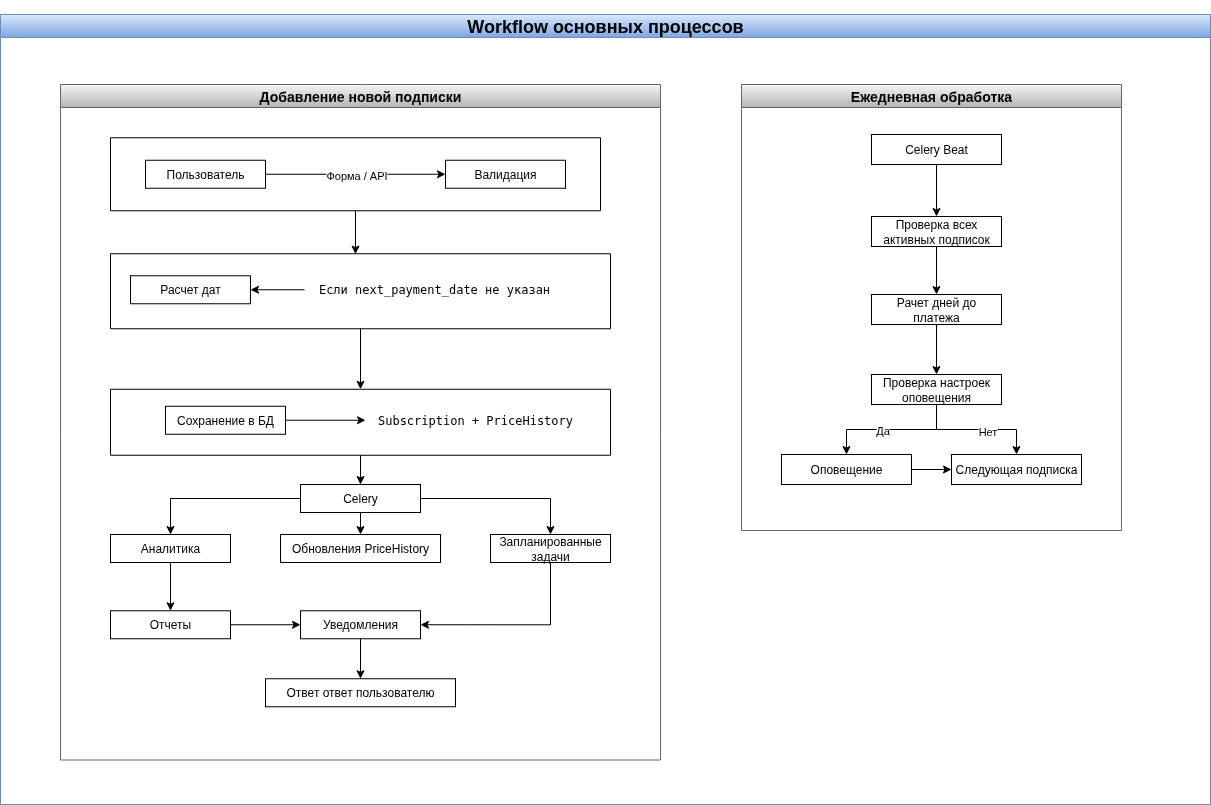
Earlier version of the draw.io export docs/diagrams/workflow.png (NikPACodes/SubFlux). Source tidied: cells renumbered, new cells last; positions are measured from the earlier drawing's top-left corner, leaving out a move shared by most shapes.
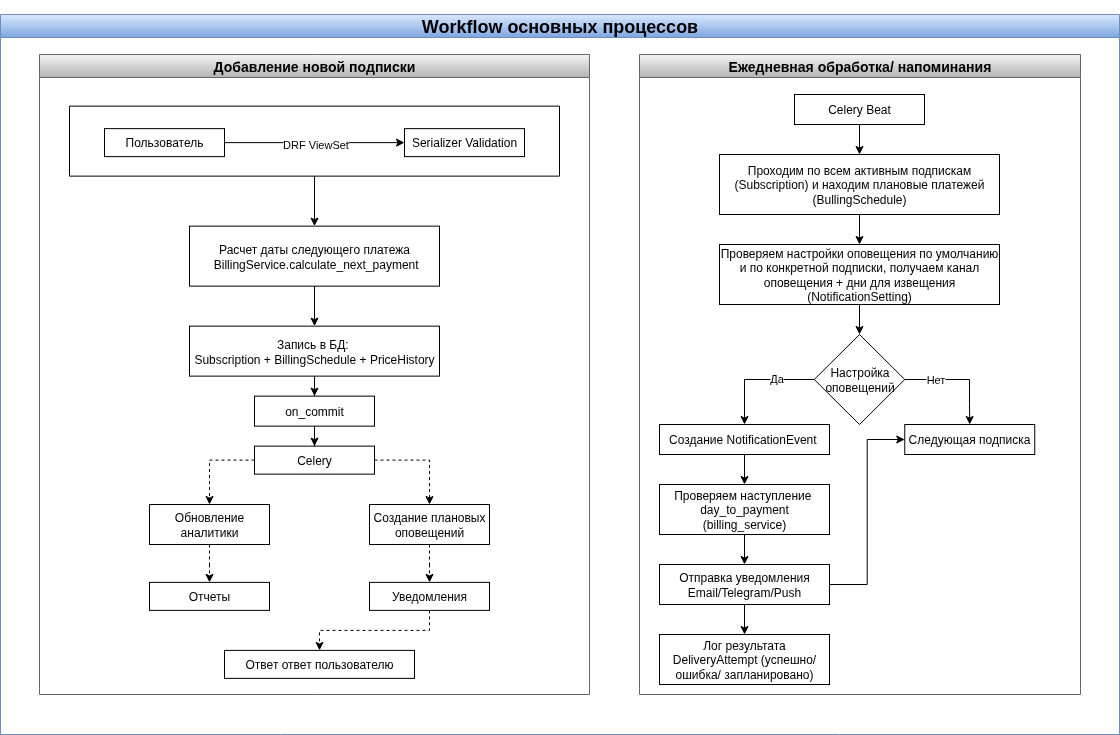
After the commit.

What changed in the source:
```diff
@@ -2,150 +2,160 @@
   <root>
     <mxCell id="0" />
     <mxCell id="1" parent="0" />
-    <mxCell id="2" value="&lt;h2&gt;Workflow основных процессов&lt;/h2&gt;" style="swimlane;whiteSpace=wrap;html=1;fillColor=#dae8fc;gradientColor=#7ea6e0;strokeColor=#6c8ebf;" parent="1" vertex="1">
-      <mxGeometry width="1210" height="790" as="geometry" />
+    <mxCell id="2" value="&lt;h2&gt;Workflow основных процессов&lt;/h2&gt;" style="swimlane;whiteSpace=wrap;html=1;fillColor=#dae8fc;gradientColor=#7ea6e0;strokeColor=#6c8ebf;align=center;verticalAlign=middle;" parent="1" vertex="1">
+      <mxGeometry width="1119" height="720" as="geometry" />
     </mxCell>
     <mxCell id="3" value="&lt;h3&gt;&lt;strong&gt;Добавление новой подписки&lt;/strong&gt;&lt;/h3&gt;" style="swimlane;whiteSpace=wrap;html=1;fillColor=#f5f5f5;gradientColor=#b3b3b3;strokeColor=#666666;" parent="2" vertex="1">
-      <mxGeometry x="60" y="70" width="600" height="675.5" as="geometry" />
+      <mxGeometry x="39" y="40" width="550" height="640" as="geometry" />
     </mxCell>
+    <mxCell id="49" style="edgeStyle=orthogonalEdgeStyle;rounded=0;jettySize=auto;html=1;entryX=0.5;entryY=0;entryDx=0;entryDy=0;" parent="3" edge="1" source="4" target="51">
+      <mxGeometry relative="1" as="geometry" />
+    </mxCell>
     <mxCell id="4" style="swimlane;startSize=0;" parent="3" vertex="1">
-      <mxGeometry x="50" y="53.2" width="490" height="73" as="geometry" />
+      <mxGeometry x="30" y="51.6" width="490" height="70" as="geometry" />
     </mxCell>
     <mxCell id="5" style="edgeStyle=orthogonalEdgeStyle;rounded=0;jettySize=auto;html=1;entryX=0;entryY=0.5;entryDx=0;entryDy=0;" parent="4" edge="1" source="7" target="8">
       <mxGeometry relative="1" as="geometry" />
     </mxCell>
-    <mxCell id="6" value="Форма / API" style="edgeLabel;html=1;align=center;verticalAlign=middle;" parent="5" vertex="1">
+    <mxCell id="6" value="DRF ViewSet" style="edgeLabel;html=1;align=center;verticalAlign=middle;" parent="5" vertex="1">
       <mxGeometry x="0.01" y="-1" relative="1" as="geometry" />
     </mxCell>
     <mxCell id="7" value="Пользователь" style="rounded=0;whiteSpace=wrap;html=1;" parent="4" vertex="1">
       <mxGeometry x="35" y="22.5" width="120" height="28" as="geometry" />
     </mxCell>
-    <mxCell id="8" value="Валидация" style="rounded=0;whiteSpace=wrap;html=1;" parent="4" vertex="1">
+    <mxCell id="8" value="Serializer Validation" style="rounded=0;whiteSpace=wrap;html=1;" parent="4" vertex="1">
       <mxGeometry x="335" y="22.5" width="120" height="28" as="geometry" />
     </mxCell>
-    <mxCell id="9" style="edgeStyle=orthogonalEdgeStyle;rounded=0;jettySize=auto;html=1;entryX=0.5;entryY=0;entryDx=0;entryDy=0;" parent="3" edge="1" source="10" target="15">
-      <mxGeometry relative="1" as="geometry" />
-    </mxCell>
-    <mxCell id="10" style="swimlane;startSize=0;" parent="3" vertex="1">
-      <mxGeometry x="50" y="169.2" width="500" height="75" as="geometry" />
-    </mxCell>
-    <mxCell id="11" value="Расчет дат" style="rounded=0;whiteSpace=wrap;html=1;" parent="10" vertex="1">
-      <mxGeometry x="20" y="22" width="120" height="28" as="geometry" />
-    </mxCell>
-    <mxCell id="12" style="edgeStyle=orthogonalEdgeStyle;rounded=0;jettySize=auto;html=1;entryX=1;entryY=0.5;entryDx=0;entryDy=0;" parent="10" edge="1" source="13" target="11">
-      <mxGeometry relative="1" as="geometry" />
-    </mxCell>
-    <mxCell id="13" value="&lt;pre&gt;Если next_payment_date не указан&lt;/pre&gt;" style="text;html=1;align=center;verticalAlign=middle;whiteSpace=wrap;rounded=0;" parent="10" vertex="1">
-      <mxGeometry x="194" y="21" width="260" height="30" as="geometry" />
-    </mxCell>
-    <mxCell id="14" style="edgeStyle=orthogonalEdgeStyle;rounded=0;jettySize=auto;html=1;" parent="3" edge="1" source="15" target="21">
-      <mxGeometry relative="1" as="geometry" />
-    </mxCell>
-    <mxCell id="15" style="swimlane;startSize=0;align=center;" parent="3" vertex="1">
-      <mxGeometry x="50" y="304.8" width="500" height="66" as="geometry" />
-    </mxCell>
-    <mxCell id="16" value="Сохранение в БД" style="rounded=0;whiteSpace=wrap;html=1;" parent="15" vertex="1">
-      <mxGeometry x="55" y="17" width="120" height="28" as="geometry" />
-    </mxCell>
-    <mxCell id="17" style="edgeStyle=orthogonalEdgeStyle;rounded=0;jettySize=auto;html=1;" parent="15" edge="1" source="16" target="18">
-      <mxGeometry relative="1" as="geometry" />
-    </mxCell>
-    <mxCell id="18" value="&lt;pre&gt;Subscription + PriceHistory&lt;/pre&gt;" style="text;html=1;align=center;verticalAlign=middle;whiteSpace=wrap;rounded=0;" parent="15" vertex="1">
-      <mxGeometry x="255" y="16" width="220" height="30" as="geometry" />
-    </mxCell>
-    <mxCell id="19" style="edgeStyle=orthogonalEdgeStyle;rounded=0;jettySize=auto;html=1;entryX=0.5;entryY=0;entryDx=0;entryDy=0;" parent="3" edge="1" source="21" target="24">
-      <mxGeometry relative="1" as="geometry" />
-    </mxCell>
-    <mxCell id="20" style="edgeStyle=orthogonalEdgeStyle;rounded=0;jettySize=auto;html=1;" parent="3" edge="1" source="21" target="25">
-      <mxGeometry relative="1" as="geometry" />
+    <mxCell id="20" style="edgeStyle=orthogonalEdgeStyle;rounded=0;jettySize=auto;html=1;entryX=0.5;entryY=0;entryDx=0;entryDy=0;dashed=1;" parent="3" edge="1" source="21" target="25">
+      <mxGeometry relative="1" as="geometry">
+        <Array as="points">
+          <mxPoint x="170" y="406" />
+        </Array>
+      </mxGeometry>
     </mxCell>
     <mxCell id="21" value="Celery" style="rounded=0;whiteSpace=wrap;html=1;" parent="3" vertex="1">
-      <mxGeometry x="240" y="400" width="120" height="28" as="geometry" />
+      <mxGeometry x="215" y="391.6" width="120" height="28" as="geometry" />
     </mxCell>
-    <mxCell id="22" style="edgeStyle=orthogonalEdgeStyle;rounded=0;jettySize=auto;html=1;entryX=1;entryY=0.5;entryDx=0;entryDy=0;" parent="3" edge="1" source="23" target="27">
-      <mxGeometry relative="1" as="geometry">
-        <Array as="points">
-          <mxPoint x="490" y="540" />
-        </Array>
-      </mxGeometry>
+    <mxCell id="22" style="edgeStyle=orthogonalEdgeStyle;rounded=0;jettySize=auto;html=1;entryX=0.5;entryY=0;entryDx=0;entryDy=0;dashed=1;" parent="3" edge="1" source="23" target="27">
+      <mxGeometry relative="1" as="geometry" />
     </mxCell>
-    <mxCell id="23" value="Запланированные задачи" style="rounded=0;whiteSpace=wrap;html=1;" parent="3" vertex="1">
-      <mxGeometry x="430" y="450" width="120" height="28" as="geometry" />
+    <mxCell id="23" value="Создание плановых&lt;div&gt;оповещений&lt;/div&gt;" style="rounded=0;whiteSpace=wrap;html=1;" parent="3" vertex="1">
+      <mxGeometry x="330" y="450" width="120" height="40" as="geometry" />
     </mxCell>
-    <mxCell id="24" value="Обновления&amp;nbsp;&lt;span style=&quot;background-color: transparent; color: light-dark(rgb(0, 0, 0), rgb(255, 255, 255));&quot;&gt;PriceHistory&lt;/span&gt;" style="rounded=0;whiteSpace=wrap;html=1;" parent="3" vertex="1">
-      <mxGeometry x="220" y="450" width="160" height="28" as="geometry" />
-    </mxCell>
-    <mxCell id="25" value="Аналитика" style="rounded=0;whiteSpace=wrap;html=1;" parent="3" vertex="1">
-      <mxGeometry x="50" y="450" width="120" height="28" as="geometry" />
+    <mxCell id="25" value="Обновление аналитики" style="rounded=0;whiteSpace=wrap;html=1;" parent="3" vertex="1">
+      <mxGeometry x="110" y="450" width="120" height="40" as="geometry" />
     </mxCell>
     <mxCell id="26" value="Отчеты" style="rounded=0;whiteSpace=wrap;html=1;" parent="3" vertex="1">
-      <mxGeometry x="50" y="526.2" width="120" height="28" as="geometry" />
+      <mxGeometry x="110" y="527.9" width="120" height="28" as="geometry" />
     </mxCell>
     <mxCell id="27" value="Уведомления" style="rounded=0;whiteSpace=wrap;html=1;" parent="3" vertex="1">
-      <mxGeometry x="240" y="526.2" width="120" height="28" as="geometry" />
+      <mxGeometry x="330" y="527.9" width="120" height="28" as="geometry" />
     </mxCell>
     <mxCell id="28" value="Ответ ответ пользователю" style="rounded=0;whiteSpace=wrap;html=1;" parent="3" vertex="1">
-      <mxGeometry x="205" y="594.2" width="190" height="28" as="geometry" />
+      <mxGeometry x="185" y="595.9" width="190" height="28" as="geometry" />
     </mxCell>
-    <mxCell id="29" style="edgeStyle=orthogonalEdgeStyle;rounded=0;jettySize=auto;html=1;entryX=0.49;entryY=0.004;entryDx=0;entryDy=0;entryPerimeter=0;" parent="3" edge="1" source="4" target="10">
-      <mxGeometry relative="1" as="geometry" />
-    </mxCell>
-    <mxCell id="30" style="edgeStyle=orthogonalEdgeStyle;rounded=0;jettySize=auto;html=1;entryX=0.5;entryY=0;entryDx=0;entryDy=0;" parent="3" edge="1" source="21" target="23">
-      <mxGeometry relative="1" as="geometry" />
+    <mxCell id="30" style="edgeStyle=orthogonalEdgeStyle;rounded=0;jettySize=auto;html=1;entryX=0.5;entryY=0;entryDx=0;entryDy=0;dashed=1;" parent="3" edge="1" source="21" target="23">
+      <mxGeometry relative="1" as="geometry">
+        <Array as="points">
+          <mxPoint x="390" y="406" />
+        </Array>
+      </mxGeometry>
     </mxCell>
-    <mxCell id="31" style="edgeStyle=orthogonalEdgeStyle;rounded=0;jettySize=auto;html=1;entryX=0.5;entryY=0;entryDx=0;entryDy=0;" parent="3" edge="1" source="25" target="26">
+    <mxCell id="31" style="edgeStyle=orthogonalEdgeStyle;rounded=0;jettySize=auto;html=1;entryX=0.5;entryY=0;entryDx=0;entryDy=0;dashed=1;" parent="3" edge="1" source="25" target="26">
       <mxGeometry relative="1" as="geometry" />
     </mxCell>
-    <mxCell id="32" style="edgeStyle=orthogonalEdgeStyle;rounded=0;jettySize=auto;html=1;entryX=0;entryY=0.5;entryDx=0;entryDy=0;" parent="3" edge="1" source="26" target="27">
-      <mxGeometry relative="1" as="geometry" />
-    </mxCell>
-    <mxCell id="33" style="edgeStyle=orthogonalEdgeStyle;rounded=0;jettySize=auto;html=1;" parent="3" edge="1" source="27" target="28">
+    <mxCell id="33" style="edgeStyle=orthogonalEdgeStyle;rounded=0;jettySize=auto;html=1;dashed=1;" parent="3" edge="1" source="27" target="28">
       <mxGeometry relative="1" as="geometry" />
     </mxCell>
+    <mxCell id="50" style="edgeStyle=orthogonalEdgeStyle;rounded=0;jettySize=auto;html=1;entryX=0.5;entryY=0;entryDx=0;entryDy=0;" parent="3" edge="1" source="51" target="53">
+      <mxGeometry relative="1" as="geometry" />
+    </mxCell>
+    <mxCell id="51" value="Расчет даты следующего платежа&lt;div style=&quot;text-wrap-mode: nowrap;&quot;&gt;&lt;span style=&quot;text-wrap-mode: wrap;&quot;&gt;&amp;nbsp;&lt;/span&gt;&lt;span style=&quot;text-wrap-mode: wrap; background-color: transparent; color: light-dark(rgb(0, 0, 0), rgb(255, 255, 255));&quot;&gt;BillingService.&lt;/span&gt;&lt;span style=&quot;text-wrap-mode: wrap; background-color: transparent; color: light-dark(rgb(0, 0, 0), rgb(255, 255, 255));&quot;&gt;calculate_next_payment&lt;/span&gt;&lt;/div&gt;" style="rounded=0;whiteSpace=wrap;html=1;" parent="3" vertex="1">
+      <mxGeometry x="150" y="171.6" width="250" height="60" as="geometry" />
+    </mxCell>
+    <mxCell id="52" style="edgeStyle=orthogonalEdgeStyle;rounded=0;jettySize=auto;html=1;entryX=0.5;entryY=0;entryDx=0;entryDy=0;" parent="3" edge="1" source="53" target="55">
+      <mxGeometry relative="1" as="geometry" />
+    </mxCell>
+    <mxCell id="53" value="Запись в БД:&amp;nbsp;&lt;div&gt;Subscription + BillingSchedule + PriceHistory&lt;/div&gt;" style="rounded=0;whiteSpace=wrap;html=1;" parent="3" vertex="1">
+      <mxGeometry x="150" y="271.6" width="250" height="50" as="geometry" />
+    </mxCell>
+    <mxCell id="54" style="edgeStyle=orthogonalEdgeStyle;rounded=0;jettySize=auto;html=1;entryX=0.5;entryY=0;entryDx=0;entryDy=0;" parent="3" edge="1" source="55" target="21">
+      <mxGeometry relative="1" as="geometry" />
+    </mxCell>
+    <mxCell id="55" value="on_commit" style="rounded=0;whiteSpace=wrap;html=1;" parent="3" vertex="1">
+      <mxGeometry x="215" y="341.6" width="120" height="30" as="geometry" />
+    </mxCell>
-    <mxCell id="34" value="&lt;h3&gt;&lt;strong&gt;Ежедневная обработка&lt;/strong&gt;&lt;/h3&gt;" style="swimlane;whiteSpace=wrap;html=1;fillColor=#f5f5f5;gradientColor=#b3b3b3;strokeColor=#666666;" parent="2" vertex="1">
-      <mxGeometry x="741" y="70" width="380" height="446" as="geometry" />
+    <mxCell id="34" value="&lt;h3&gt;&lt;strong&gt;Ежедневная обработка/ напоминания&lt;/strong&gt;&lt;/h3&gt;" style="swimlane;whiteSpace=wrap;html=1;fillColor=#f5f5f5;gradientColor=#b3b3b3;strokeColor=#666666;" parent="2" vertex="1">
+      <mxGeometry x="639" y="40" width="441" height="640" as="geometry" />
     </mxCell>
     <mxCell id="35" style="edgeStyle=orthogonalEdgeStyle;rounded=0;jettySize=auto;html=1;entryX=0.5;entryY=0;entryDx=0;entryDy=0;" parent="34" edge="1" source="36" target="38">
       <mxGeometry relative="1" as="geometry" />
     </mxCell>
     <mxCell id="36" value="&lt;span style=&quot;text-align: left;&quot;&gt;Celery Beat&lt;/span&gt;" style="rounded=0;whiteSpace=wrap;html=1;" parent="34" vertex="1">
-      <mxGeometry x="130" y="50" width="130" height="30" as="geometry" />
+      <mxGeometry x="155" y="40" width="130" height="30" as="geometry" />
     </mxCell>
-    <mxCell id="37" style="edgeStyle=orthogonalEdgeStyle;rounded=0;jettySize=auto;html=1;" parent="34" edge="1" source="38" target="40">
-      <mxGeometry relative="1" as="geometry" />
-    </mxCell>
+    <mxCell id="56" style="edgeStyle=orthogonalEdgeStyle;rounded=0;jettySize=auto;html=1;entryX=0.5;entryY=0;entryDx=0;entryDy=0;" parent="34" edge="1" source="38" target="45">
+      <mxGeometry relative="1" as="geometry" />
+    </mxCell>
-    <mxCell id="38" value="&lt;span style=&quot;text-align: left;&quot;&gt;Проверка всех активных подписок&lt;/span&gt;" style="rounded=0;whiteSpace=wrap;html=1;" parent="34" vertex="1">
-      <mxGeometry x="130" y="132" width="130" height="30" as="geometry" />
+    <mxCell id="38" value="&lt;div style=&quot;&quot;&gt;Проходим по всем активным подпискам (Subscription) и находим плановые платежей (BullingSchedule)&lt;/div&gt;" style="rounded=0;whiteSpace=wrap;html=1;align=center;" parent="34" vertex="1">
+      <mxGeometry x="80" y="100" width="280" height="60" as="geometry" />
     </mxCell>
-    <mxCell id="39" style="edgeStyle=orthogonalEdgeStyle;rounded=0;jettySize=auto;html=1;" parent="34" edge="1" source="40" target="45">
-      <mxGeometry relative="1" as="geometry" />
-    </mxCell>
-    <mxCell id="40" value="&lt;span style=&quot;text-align: left;&quot;&gt;Рачет дней до платежа&lt;/span&gt;" style="rounded=0;whiteSpace=wrap;html=1;" parent="34" vertex="1">
-      <mxGeometry x="130" y="210" width="130" height="30" as="geometry" />
-    </mxCell>
-    <mxCell id="41" style="edgeStyle=orthogonalEdgeStyle;rounded=0;jettySize=auto;html=1;entryX=0.5;entryY=0;entryDx=0;entryDy=0;" parent="34" edge="1" source="45" target="47">
-      <mxGeometry relative="1" as="geometry" />
-    </mxCell>
-    <mxCell id="42" value="Да" style="edgeLabel;html=1;align=center;verticalAlign=middle;" parent="41" vertex="1">
-      <mxGeometry x="0.14" relative="1" as="geometry" />
-    </mxCell>
-    <mxCell id="43" style="edgeStyle=orthogonalEdgeStyle;rounded=0;jettySize=auto;html=1;" parent="34" edge="1" source="45" target="48">
-      <mxGeometry relative="1" as="geometry" />
-    </mxCell>
-    <mxCell id="44" value="Нет" style="edgeLabel;html=1;align=center;verticalAlign=middle;" parent="43" vertex="1">
-      <mxGeometry x="0.16" y="-1" relative="1" as="geometry" />
-    </mxCell>
+    <mxCell id="57" style="edgeStyle=orthogonalEdgeStyle;rounded=0;jettySize=auto;html=1;entryX=0.5;entryY=0;entryDx=0;entryDy=0;" parent="34" edge="1" source="45" target="67">
+      <mxGeometry relative="1" as="geometry" />
+    </mxCell>
-    <mxCell id="45" value="&lt;div style=&quot;&quot;&gt;Проверка настроек оповещения&lt;/div&gt;" style="rounded=0;whiteSpace=wrap;html=1;align=center;" parent="34" vertex="1">
-      <mxGeometry x="130" y="290" width="130" height="30" as="geometry" />
+    <mxCell id="45" value="&lt;div style=&quot;&quot;&gt;Проверяем настройки оповещения по умолчанию и по конкретной подписки, получаем канал оповещения + дни для извещения&lt;/div&gt;&lt;div style=&quot;&quot;&gt;(NotificationSetting)&lt;/div&gt;" style="rounded=0;whiteSpace=wrap;html=1;align=center;" parent="34" vertex="1">
+      <mxGeometry x="80" y="190" width="280" height="60" as="geometry" />
     </mxCell>
-    <mxCell id="46" style="edgeStyle=orthogonalEdgeStyle;rounded=0;jettySize=auto;html=1;entryX=0;entryY=0.5;entryDx=0;entryDy=0;" parent="34" edge="1" source="47" target="48">
-      <mxGeometry relative="1" as="geometry" />
-    </mxCell>
-    <mxCell id="47" value="&lt;div style=&quot;&quot;&gt;Оповещение&lt;/div&gt;" style="rounded=0;whiteSpace=wrap;html=1;align=center;" parent="34" vertex="1">
-      <mxGeometry x="40" y="370" width="130" height="30" as="geometry" />
+    <mxCell id="47" value="&lt;div style=&quot;&quot;&gt;Лог результата DeliveryAttempt (успешно/ ошибка/ запланировано)&lt;/div&gt;" style="rounded=0;whiteSpace=wrap;html=1;align=center;" parent="34" vertex="1">
+      <mxGeometry x="20" y="580" width="170" height="50" as="geometry" />
     </mxCell>
     <mxCell id="48" value="&lt;div style=&quot;&quot;&gt;Следующая подписка&lt;/div&gt;" style="rounded=0;whiteSpace=wrap;html=1;align=center;" parent="34" vertex="1">
-      <mxGeometry x="210" y="370" width="130" height="30" as="geometry" />
+      <mxGeometry x="265.2" y="370" width="130" height="30" as="geometry" />
     </mxCell>
+    <mxCell id="58" style="edgeStyle=orthogonalEdgeStyle;rounded=0;jettySize=auto;html=1;entryX=0.5;entryY=0;entryDx=0;entryDy=0;" parent="34" edge="1" source="59" target="62">
+      <mxGeometry relative="1" as="geometry" />
+    </mxCell>
+    <mxCell id="59" value="&lt;div style=&quot;&quot;&gt;&lt;span style=&quot;background-color: transparent; color: light-dark(rgb(0, 0, 0), rgb(255, 255, 255));&quot;&gt;Проверяем наступление&amp;nbsp; day_to_payment (billing_service)&lt;/span&gt;&lt;/div&gt;" style="rounded=0;whiteSpace=wrap;html=1;align=center;" parent="34" vertex="1">
+      <mxGeometry x="20" y="430" width="170" height="50" as="geometry" />
+    </mxCell>
+    <mxCell id="60" style="edgeStyle=orthogonalEdgeStyle;rounded=0;jettySize=auto;html=1;entryX=0;entryY=0.5;entryDx=0;entryDy=0;" parent="34" edge="1" source="62" target="48">
+      <mxGeometry relative="1" as="geometry" />
+    </mxCell>
+    <mxCell id="61" style="edgeStyle=orthogonalEdgeStyle;rounded=0;jettySize=auto;html=1;entryX=0.5;entryY=0;entryDx=0;entryDy=0;" parent="34" edge="1" source="62" target="47">
+      <mxGeometry relative="1" as="geometry" />
+    </mxCell>
+    <mxCell id="62" value="&lt;div style=&quot;&quot;&gt;Отправка уведомления&lt;/div&gt;&lt;div style=&quot;&quot;&gt;Email/Telegram/Push&lt;/div&gt;" style="rounded=0;whiteSpace=wrap;html=1;align=center;" parent="34" vertex="1">
+      <mxGeometry x="20" y="510" width="170" height="40" as="geometry" />
+    </mxCell>
+    <mxCell id="63" style="edgeStyle=orthogonalEdgeStyle;rounded=0;jettySize=auto;html=1;entryX=0.5;entryY=0;entryDx=0;entryDy=0;" parent="34" edge="1" source="64" target="59">
+      <mxGeometry relative="1" as="geometry" />
+    </mxCell>
+    <mxCell id="64" value="&lt;div style=&quot;&quot;&gt;&lt;span style=&quot;background-color: transparent; color: light-dark(rgb(0, 0, 0), rgb(255, 255, 255));&quot;&gt;Создание NotificationEvent&amp;nbsp;&lt;/span&gt;&lt;/div&gt;" style="rounded=0;whiteSpace=wrap;html=1;align=center;" parent="34" vertex="1">
+      <mxGeometry x="20" y="370" width="170" height="30" as="geometry" />
+    </mxCell>
+    <mxCell id="65" style="edgeStyle=orthogonalEdgeStyle;rounded=0;jettySize=auto;html=1;entryX=0.5;entryY=0;entryDx=0;entryDy=0;" parent="34" edge="1" source="67" target="64">
+      <mxGeometry relative="1" as="geometry">
+        <Array as="points">
+          <mxPoint x="105" y="325" />
+        </Array>
+      </mxGeometry>
+    </mxCell>
+    <mxCell id="42" value="Да" style="edgeLabel;html=1;align=center;verticalAlign=middle;" parent="65" vertex="1">
+      <mxGeometry x="-0.34" y="-2" relative="1" as="geometry" />
+    </mxCell>
+    <mxCell id="66" style="edgeStyle=orthogonalEdgeStyle;rounded=0;jettySize=auto;html=1;entryX=0.5;entryY=0;entryDx=0;entryDy=0;" parent="34" edge="1" source="67" target="48">
+      <mxGeometry relative="1" as="geometry">
+        <Array as="points">
+          <mxPoint x="330" y="325" />
+          <mxPoint x="330" y="350" />
+        </Array>
+      </mxGeometry>
+    </mxCell>
+    <mxCell id="44" value="Нет" style="edgeLabel;html=1;align=center;verticalAlign=middle;" parent="66" vertex="1">
+      <mxGeometry x="-0.45" y="1" relative="1" as="geometry" />
+    </mxCell>
+    <mxCell id="67" value="Настройка&lt;div&gt;оповещений&lt;/div&gt;" style="rhombus;whiteSpace=wrap;html=1;" parent="34" vertex="1">
+      <mxGeometry x="174.8" y="280" width="90.5" height="90" as="geometry" />
+    </mxCell>
   </root>
 </mxGraphModel>
```
